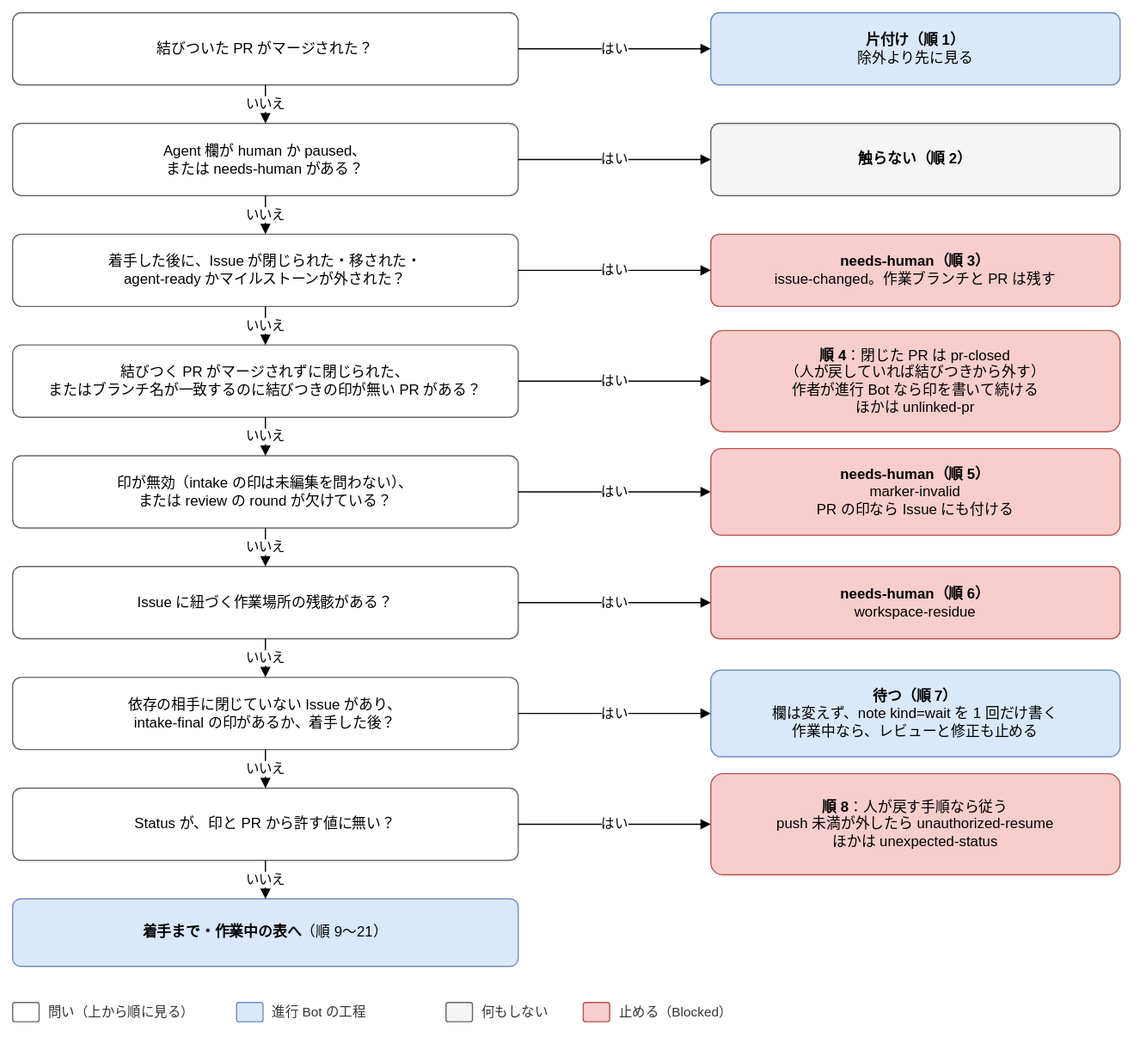
This is docs/design/basic/diagrams/02-next-step-stops.drawio.svg from Joymerrevent/dev-autopilot, a draw.io export, as it was before one commit. Source tidied: cells renumbered, new cells last; positions are measured from the earlier drawing's top-left corner, leaving out a move shared by most shapes.
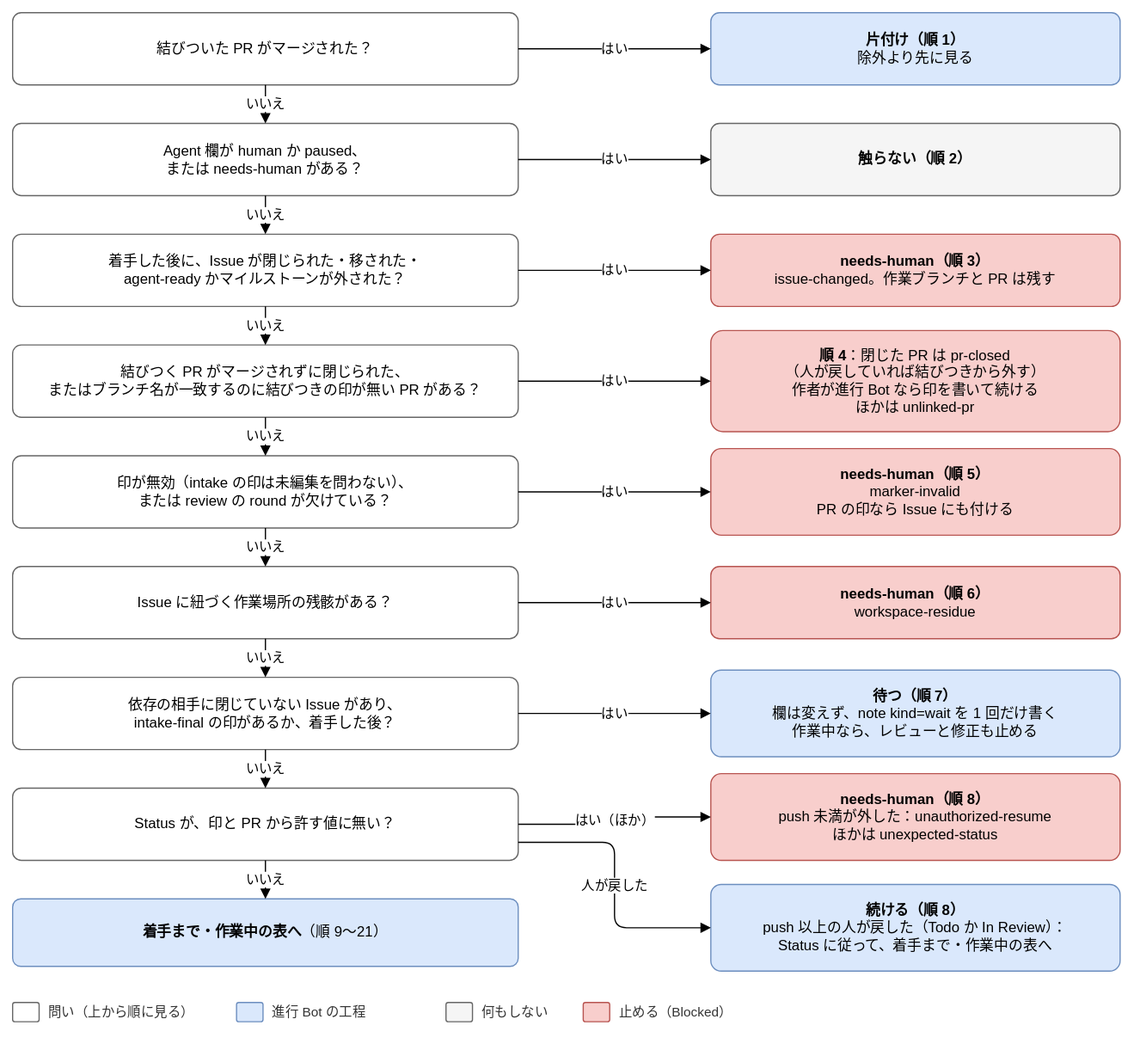
Later version of the same file.

Commit message:
docs: 止める表の図で、順 8 の止める先と続ける先を分ける

Claude-Session: https://claude.ai/code/session_01X8Kd2Wb1TrYub8Ee3W1tDX

What changed in the source:
```diff
@@ -86,10 +86,10 @@
     <mxCell id="29" value="Status が、印と PR から許す値に無い？" style="rounded=1;whiteSpace=wrap;html=1;fontSize=12;arcSize=12;spacing=12;fillColor=#ffffff;strokeColor=#666666;" parent="1" vertex="1">
       <mxGeometry y="644" width="420" height="60" as="geometry" />
     </mxCell>
-    <mxCell id="30" value="&lt;b&gt;順 8&lt;/b&gt;：人が戻す手順なら従う&lt;br&gt;push 未満が外したら unauthorized-resume&lt;br&gt;ほかは unexpected-status" style="rounded=1;whiteSpace=wrap;html=1;fontSize=12;arcSize=12;spacing=12;fillColor=#f8cecc;strokeColor=#b85450;" parent="1" vertex="1">
-      <mxGeometry x="580" y="632" width="340" height="84" as="geometry" />
+    <mxCell id="30" value="&lt;b&gt;needs-human（順 8）&lt;/b&gt;&lt;br&gt;push 未満が外した：unauthorized-resume&lt;br&gt;ほかは unexpected-status" style="rounded=1;whiteSpace=wrap;html=1;fontSize=12;arcSize=12;spacing=12;fillColor=#f8cecc;strokeColor=#b85450;" parent="1" vertex="1">
+      <mxGeometry x="580" y="632" width="340" height="72" as="geometry" />
     </mxCell>
-    <mxCell id="31" value="はい" style="edgeStyle=orthogonalEdgeStyle;rounded=1;html=1;endArrow=block;endFill=1;fontSize=11;labelBackgroundColor=#ffffff;exitX=1;exitY=0.5;exitDx=0;exitDy=0;entryX=0;entryY=0.5;entryDx=0;entryDy=0;" parent="1" edge="1" source="29" target="30">
+    <mxCell id="31" value="はい（ほか）" style="edgeStyle=orthogonalEdgeStyle;rounded=1;html=1;endArrow=block;endFill=1;fontSize=11;labelBackgroundColor=#ffffff;exitX=1;exitY=0.5;exitDx=0;exitDy=0;entryX=0;entryY=0.5;entryDx=0;entryDy=0;" parent="1" edge="1" source="29" target="30">
       <mxGeometry relative="1" as="geometry" />
     </mxCell>
     <mxCell id="32" value="いいえ" style="edgeStyle=orthogonalEdgeStyle;rounded=1;html=1;endArrow=block;endFill=1;fontSize=11;labelBackgroundColor=#ffffff;exitX=0.5;exitY=1;exitDx=0;exitDy=0;entryX=0.5;entryY=0;entryDx=0;entryDy=0;" parent="1" edge="1" source="25" target="29">
@@ -125,5 +125,11 @@
     <mxCell id="42" value="止める（Blocked）" style="text;html=1;align=left;verticalAlign=middle;fontSize=11;fontColor=#333333;" parent="1" vertex="1">
       <mxGeometry x="502" y="820" width="154" height="20" as="geometry" />
     </mxCell>
+    <mxCell id="43" value="&lt;b&gt;続ける（順 8）&lt;/b&gt;&lt;br&gt;push 以上の人が戻した（Todo か In Review）：&lt;br&gt;Status に従って、着手まで・作業中の表へ" style="rounded=1;whiteSpace=wrap;html=1;fontSize=12;arcSize=12;spacing=12;fillColor=#dae8fc;strokeColor=#6c8ebf;" parent="1" vertex="1">
+      <mxGeometry x="580" y="724" width="340" height="72" as="geometry" />
+    </mxCell>
+    <mxCell id="44" value="人が戻した" style="edgeStyle=orthogonalEdgeStyle;rounded=1;html=1;endArrow=block;endFill=1;fontSize=11;labelBackgroundColor=#ffffff;exitX=1;exitY=0.75;exitDx=0;exitDy=0;entryX=0;entryY=0.5;entryDx=0;entryDy=0;" parent="1" edge="1" source="29" target="43">
+      <mxGeometry relative="1" as="geometry" />
+    </mxCell>
   </root>
 </mxGraphModel>
```
